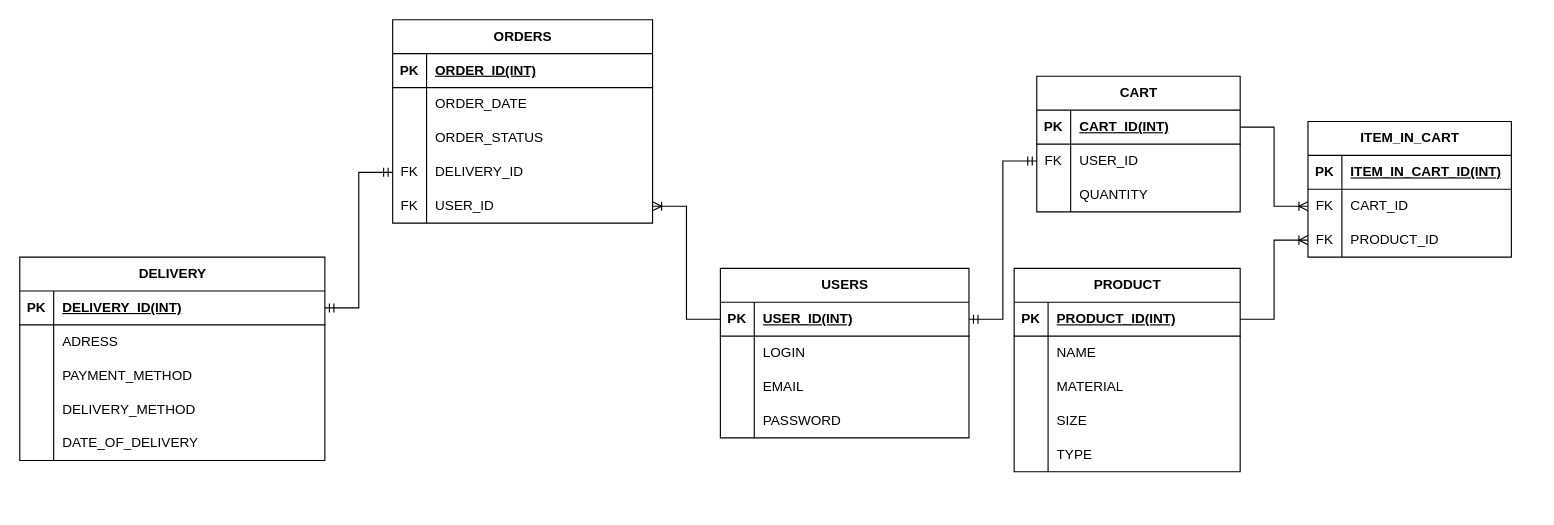
The draw.io diagram DB/labs/lab1/3.drawio in iigokingii/3k2s, before the edit. Source tidied: cells renumbered, new cells numbered last; positions are measured from the earlier drawing's top-left corner, leaving out a move shared by most shapes. Both pictures are drawn from the tidied source at 113%, with x=0, y=0 at pixel (19, 19).
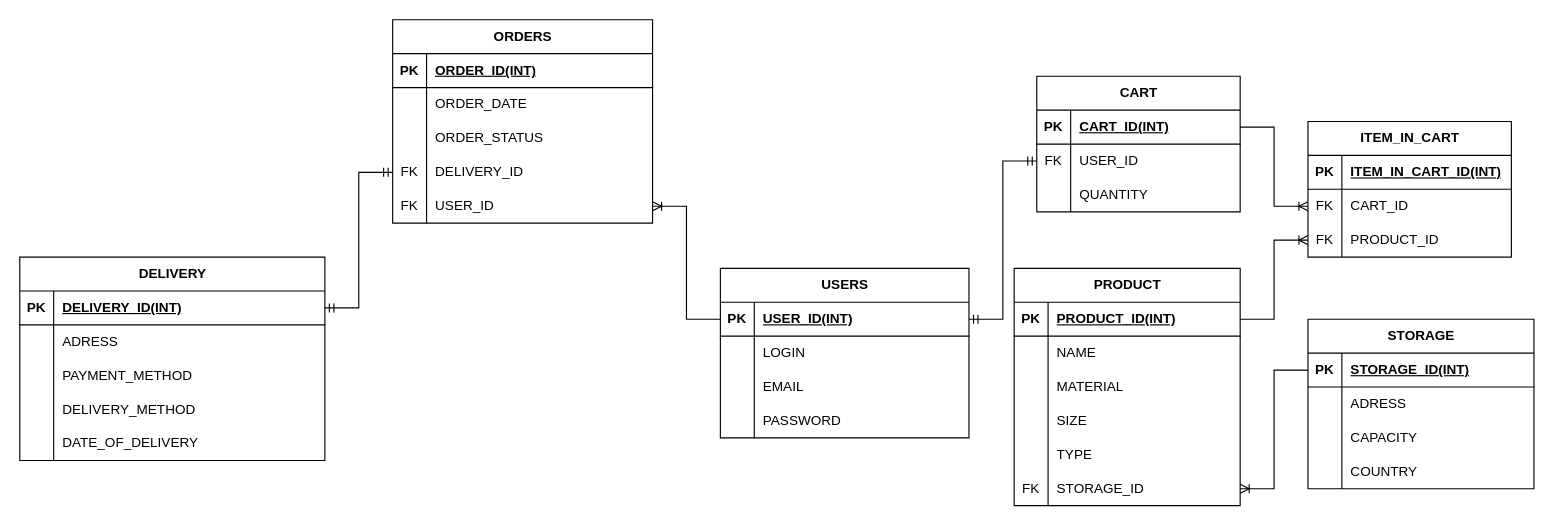
The same diagram, later.

What changed in the source:
```diff
@@
     <mxCell id="41" value="PRODUCT" style="shape=table;startSize=30;childLayout=tableLayout;rowLines=0;fontStyle=1;align=center;html=1;" parent="1" vertex="1">
-      <mxGeometry x="880" y="220" width="200" height="180" as="geometry" />
+      <mxGeometry x="880" y="220" width="200" height="210" as="geometry" />
     </mxCell>
@@
+    <mxCell id="88" style="shape=tableRow;horizontal=0;startSize=0;swimlaneHead=0;swimlaneBody=0;fillColor=none;points=[[0,0.5],[1,0.5]];portConstraint=eastwest;top=0;left=0;right=0;bottom=0;" parent="41" vertex="1">
+      <mxGeometry y="180" width="200" height="30" as="geometry" />
+    </mxCell>
+    <mxCell id="89" value="FK" style="shape=partialRectangle;fillColor=none;top=0;left=0;bottom=0;right=0;overflow=hidden;whiteSpace=wrap;html=1;" parent="88" vertex="1">
+      <mxGeometry width="30" height="30" as="geometry" />
+    </mxCell>
+    <mxCell id="90" value="STORAGE_ID" style="shape=partialRectangle;fillColor=none;top=0;left=0;bottom=0;right=0;align=left;spacingLeft=6;overflow=hidden;whiteSpace=wrap;html=1;" parent="88" vertex="1">
+      <mxGeometry x="30" width="170" height="30" as="geometry" />
+    </mxCell>
@@
+    <mxCell id="91" value="STORAGE" style="shape=table;startSize=30;childLayout=tableLayout;rowLines=0;fontStyle=1;align=center;html=1;" parent="1" vertex="1">
+      <mxGeometry x="1140" y="265" width="200" height="150" as="geometry" />
+    </mxCell>
+    <mxCell id="92" style="shape=tableRow;horizontal=0;startSize=0;swimlaneHead=0;swimlaneBody=0;fillColor=none;points=[[0,0.5],[1,0.5]];portConstraint=eastwest;top=0;left=0;right=0;bottom=1;" parent="91" vertex="1">
+      <mxGeometry y="30" width="200" height="30" as="geometry" />
+    </mxCell>
+    <mxCell id="93" value="PK" style="shape=partialRectangle;fillColor=none;top=0;left=0;bottom=0;right=0;fontStyle=1;overflow=hidden;whiteSpace=wrap;html=1;" parent="92" vertex="1">
+      <mxGeometry width="30" height="30" as="geometry" />
+    </mxCell>
+    <mxCell id="94" value="STORAGE_ID(INT)" style="shape=partialRectangle;fillColor=none;top=0;left=0;bottom=0;right=0;align=left;spacingLeft=6;fontStyle=5;overflow=hidden;whiteSpace=wrap;html=1;" parent="92" vertex="1">
+      <mxGeometry x="30" width="170" height="30" as="geometry" />
+    </mxCell>
+    <mxCell id="95" style="shape=tableRow;horizontal=0;startSize=0;swimlaneHead=0;swimlaneBody=0;fillColor=none;top=0;left=0;right=0;bottom=0;" parent="91" vertex="1">
+      <mxGeometry y="60" width="200" height="30" as="geometry" />
+    </mxCell>
+    <mxCell id="96" style="shape=partialRectangle;fillColor=none;top=0;left=0;bottom=0;right=0;overflow=hidden;whiteSpace=wrap;html=1;" parent="95" vertex="1">
+      <mxGeometry width="30" height="30" as="geometry" />
+    </mxCell>
+    <mxCell id="97" value="ADRESS" style="shape=partialRectangle;fillColor=none;top=0;left=0;bottom=0;right=0;align=left;spacingLeft=6;overflow=hidden;whiteSpace=wrap;html=1;" parent="95" vertex="1">
+      <mxGeometry x="30" width="170" height="30" as="geometry" />
+    </mxCell>
+    <mxCell id="98" style="shape=tableRow;horizontal=0;startSize=0;swimlaneHead=0;swimlaneBody=0;fillColor=none;top=0;left=0;right=0;bottom=0;" parent="91" vertex="1">
+      <mxGeometry y="90" width="200" height="30" as="geometry" />
+    </mxCell>
+    <mxCell id="99" style="shape=partialRectangle;fillColor=none;top=0;left=0;bottom=0;right=0;overflow=hidden;whiteSpace=wrap;html=1;" parent="98" vertex="1">
+      <mxGeometry width="30" height="30" as="geometry" />
+    </mxCell>
+    <mxCell id="100" value="CAPACITY" style="shape=partialRectangle;fillColor=none;top=0;left=0;bottom=0;right=0;align=left;spacingLeft=6;overflow=hidden;whiteSpace=wrap;html=1;" parent="98" vertex="1">
+      <mxGeometry x="30" width="170" height="30" as="geometry" />
+    </mxCell>
+    <mxCell id="101" style="shape=tableRow;horizontal=0;startSize=0;swimlaneHead=0;swimlaneBody=0;fillColor=none;top=0;left=0;right=0;bottom=0;" parent="91" vertex="1">
+      <mxGeometry y="120" width="200" height="30" as="geometry" />
+    </mxCell>
+    <mxCell id="102" style="shape=partialRectangle;fillColor=none;top=0;left=0;bottom=0;right=0;overflow=hidden;whiteSpace=wrap;html=1;" parent="101" vertex="1">
+      <mxGeometry width="30" height="30" as="geometry" />
+    </mxCell>
+    <mxCell id="103" value="COUNTRY" style="shape=partialRectangle;fillColor=none;top=0;left=0;bottom=0;right=0;align=left;spacingLeft=6;overflow=hidden;whiteSpace=wrap;html=1;" parent="101" vertex="1">
+      <mxGeometry x="30" width="170" height="30" as="geometry" />
+    </mxCell>
+    <mxCell id="104" style="edgeStyle=entityRelationEdgeStyle;fontSize=12;html=1;endArrow=ERoneToMany;rounded=0;exitX=0;exitY=0.5;exitDx=0;exitDy=0;entryX=1;entryY=0.5;entryDx=0;entryDy=0;" parent="1" edge="1" source="92" target="88">
+      <mxGeometry relative="1" as="geometry" />
+    </mxCell>
```
